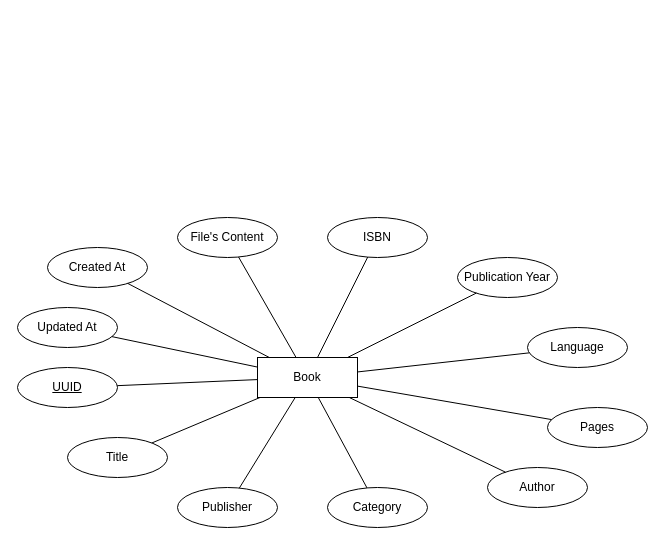
Earlier version of the draw.io diagram neolib_conceptual_er_diagram.drawio (donny444/neolib). Source tidied: cells renumbered, new cells numbered last; positions are measured from the earlier drawing's top-left corner, leaving out a move shared by most shapes. Both pictures are drawn from the tidied source at 100%, with x=0, y=0 at pixel (17, 217).
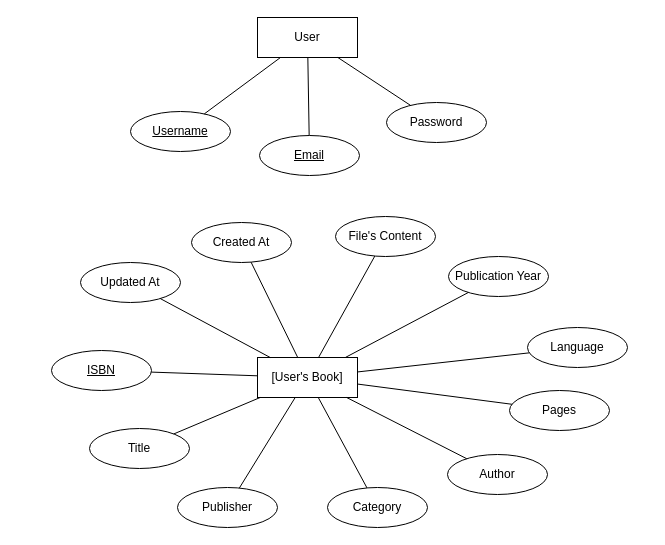
The same diagram, later.

Change to the diagram source:
```diff
@@
-    <mxCell id="2" value="Book" style="whiteSpace=wrap;html=1;align=center;" parent="1" vertex="1">
+    <mxCell id="2" value="[User's Book]" style="whiteSpace=wrap;html=1;align=center;" parent="1" vertex="1">
       <mxGeometry x="240" y="140" width="100" height="40" as="geometry" />
     </mxCell>
     <mxCell id="3" value="Title" style="ellipse;whiteSpace=wrap;html=1;align=center;" parent="1" vertex="1">
-      <mxGeometry x="50" y="220" width="100" height="40" as="geometry" />
+      <mxGeometry x="72" y="211" width="100" height="40" as="geometry" />
     </mxCell>
@@
     <mxCell id="6" value="Author" style="ellipse;whiteSpace=wrap;html=1;align=center;" parent="1" vertex="1">
-      <mxGeometry x="470" y="250" width="100" height="40" as="geometry" />
+      <mxGeometry x="430" y="237" width="100" height="40" as="geometry" />
     </mxCell>
     <mxCell id="7" value="Pages" style="ellipse;whiteSpace=wrap;html=1;align=center;" parent="1" vertex="1">
-      <mxGeometry x="530" y="190" width="100" height="40" as="geometry" />
+      <mxGeometry x="492" y="173" width="100" height="40" as="geometry" />
     </mxCell>
@@
     <mxCell id="9" value="Publication Year" style="ellipse;whiteSpace=wrap;html=1;align=center;" parent="1" vertex="1">
-      <mxGeometry x="440" y="40" width="100" height="40" as="geometry" />
+      <mxGeometry x="431" y="39" width="100" height="40" as="geometry" />
     </mxCell>
-    <mxCell id="10" value="ISBN" style="ellipse;whiteSpace=wrap;html=1;align=center;" parent="1" vertex="1">
-      <mxGeometry x="310" width="100" height="40" as="geometry" />
-    </mxCell>
     <mxCell id="11" value="File's Content" style="ellipse;whiteSpace=wrap;html=1;align=center;" parent="1" vertex="1">
-      <mxGeometry x="160" width="100" height="40" as="geometry" />
+      <mxGeometry x="318" y="-1" width="100" height="40" as="geometry" />
     </mxCell>
     <mxCell id="12" value="Created At" style="ellipse;whiteSpace=wrap;html=1;align=center;" parent="1" vertex="1">
-      <mxGeometry x="30" y="30" width="100" height="40" as="geometry" />
+      <mxGeometry x="174" y="5" width="100" height="40" as="geometry" />
     </mxCell>
     <mxCell id="13" value="Updated At" style="ellipse;whiteSpace=wrap;html=1;align=center;" parent="1" vertex="1">
-      <mxGeometry y="90" width="100" height="40" as="geometry" />
+      <mxGeometry x="63" y="45" width="100" height="40" as="geometry" />
     </mxCell>
-    <mxCell id="14" value="UUID" style="ellipse;whiteSpace=wrap;html=1;align=center;fontStyle=4;" parent="1" vertex="1">
-      <mxGeometry y="150" width="100" height="40" as="geometry" />
+    <mxCell id="14" value="ISBN" style="ellipse;whiteSpace=wrap;html=1;align=center;fontStyle=4;" parent="1" vertex="1">
+      <mxGeometry x="34" y="133" width="100" height="40" as="geometry" />
     </mxCell>
@@
-    <mxCell id="23" style="endArrow=none;html=1;rounded=0;" parent="1" edge="1" source="2" target="10">
-      <mxGeometry relative="1" as="geometry" />
-    </mxCell>
@@
+    <mxCell id="27" value="User" style="whiteSpace=wrap;html=1;align=center;" parent="1" vertex="1">
+      <mxGeometry x="240" y="-200" width="100" height="40" as="geometry" />
+    </mxCell>
+    <mxCell id="28" value="Username" style="ellipse;whiteSpace=wrap;html=1;align=center;fontStyle=4;" parent="1" vertex="1">
+      <mxGeometry x="113" y="-106" width="100" height="40" as="geometry" />
+    </mxCell>
+    <mxCell id="29" value="Email" style="ellipse;whiteSpace=wrap;html=1;align=center;fontStyle=4;" parent="1" vertex="1">
+      <mxGeometry x="242" y="-82" width="100" height="40" as="geometry" />
+    </mxCell>
+    <mxCell id="30" value="Password" style="ellipse;whiteSpace=wrap;html=1;align=center;" parent="1" vertex="1">
+      <mxGeometry x="369" y="-115" width="100" height="40" as="geometry" />
+    </mxCell>
+    <mxCell id="31" style="endArrow=none;html=1;rounded=0;" parent="1" edge="1" source="27" target="28">
+      <mxGeometry relative="1" as="geometry" />
+    </mxCell>
+    <mxCell id="32" style="endArrow=none;html=1;rounded=0;" parent="1" edge="1" source="27" target="29">
+      <mxGeometry relative="1" as="geometry" />
+    </mxCell>
+    <mxCell id="33" style="endArrow=none;html=1;rounded=0;" parent="1" edge="1" source="27" target="30">
+      <mxGeometry relative="1" as="geometry" />
+    </mxCell>
```
